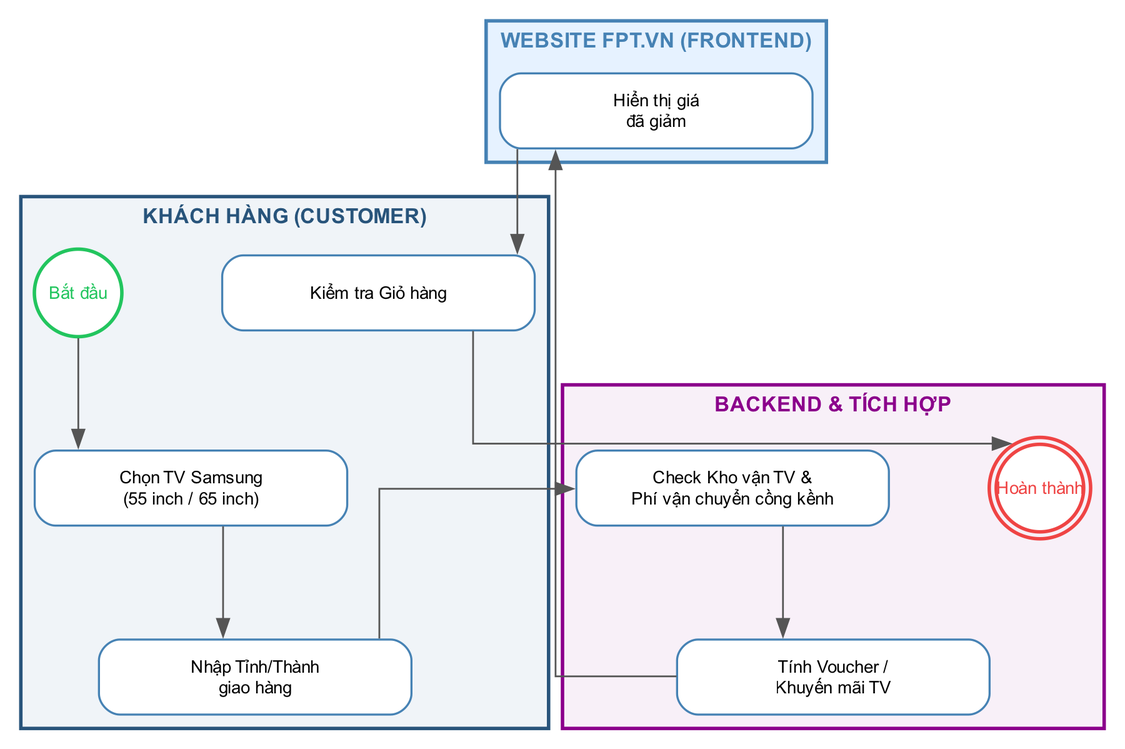
Before: diagrams/bpmn_fr05_tv.png, a diagram exported from Graphviz (hathuy2706-BA/FPT). Its source is kept beside it as diagrams/bpmn_fr05_tv.dot.
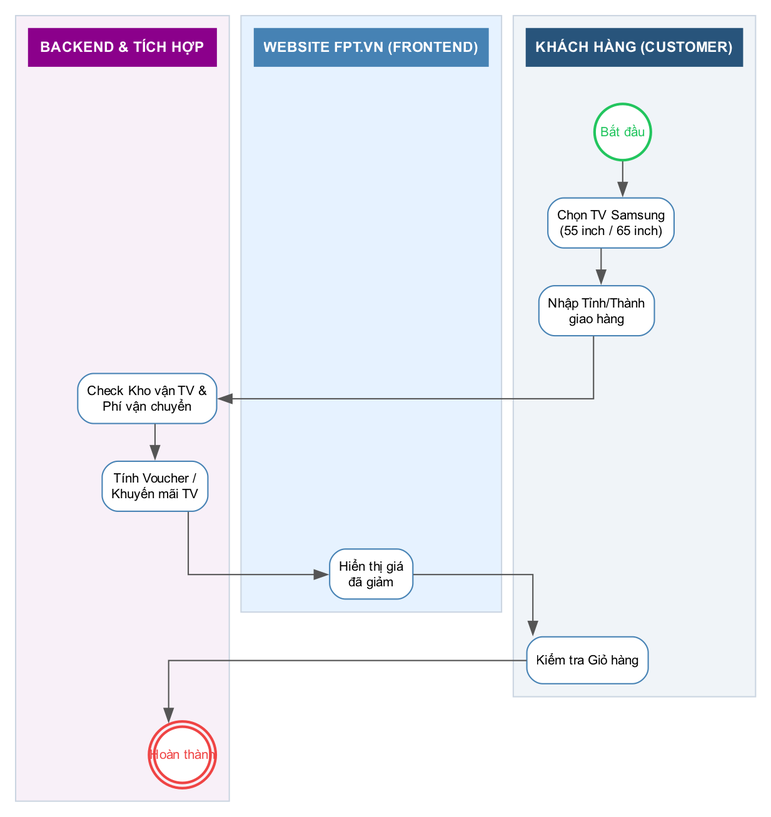
Later version of the same file.

Diff of the diagram source:
```diff
@@ -2,40 +2,39 @@
 
     rankdir=TB;
     splines=ortho;
-    nodesep=0.8;
-    ranksep=0.8;
-    node [fontname="Arial", fontsize=10, shape=box, style="rounded,filled", fillcolor="white", color="#4682B4", penwidth=1.2, width=2.5, height=0.6];
+    nodesep=0.4;
+    ranksep=0.4;
+    newrank=true;
+    compound=true;
+    fontname="Arial";
+
+    node [fontname="Arial", fontsize=10, shape=box, style="rounded,filled", fillcolor="white", color="#4682B4", penwidth=1.0, margin=0.1];
     edge [fontname="Arial", fontsize=9, color="#555555", penwidth=1.0];
 
-
     subgraph cluster_customer {
-        label="KHÁCH HÀNG (CUSTOMER)";
-        style=filled; color="#28547B"; fillcolor="#F0F4F8"; penwidth=2;
-        fontcolor="#28547B"; fontsize=12; fontname="Arial bold"; labelloc="t"; labeljust="c";
-
-        start [label="Bắt đầu", shape=circle, style="filled", fillcolor="white", color="#22C55E", fontcolor="#22C55E", penwidth=2, width=0.7, fixedsize=true];
+        style=filled; color="#CBD5E1"; fillcolor="#F0F4F8"; penwidth=1; label=""; margin=10;
+        h_cust [label="KHÁCH HÀNG (CUSTOMER)", shape=box, style="filled", fillcolor="#28547B", color="#28547B", fontcolor="white", fontsize=11, fontname="Arial bold", width=2.0, height=0.4, fixedsize=false];
+        start [label="Bắt đầu", shape=circle, style="filled", fillcolor="white", color="#22C55E", fontcolor="#22C55E", penwidth=2, width=0.6, fixedsize=true];
         select_tv [label="Chọn TV Samsung\n(55 inch / 65 inch)"];
         input_geo [label="Nhập Tỉnh/Thành\ngiao hàng"];
         view_cart [label="Kiểm tra Giỏ hàng"];
+        h_cust -> start [style=invis];
     }
-
     subgraph cluster_fe {
-        label="WEBSITE FPT.VN (FRONTEND)";
-        style=filled; color="#4682B4"; fillcolor="#E6F2FF"; penwidth=2;
-        fontcolor="#4682B4"; fontsize=12; fontname="Arial bold"; labelloc="t"; labeljust="c";
-
+        style=filled; color="#CBD5E1"; fillcolor="#E6F2FF"; penwidth=1; label=""; margin=10;
+        h_fe [label="WEBSITE FPT.VN (FRONTEND)", shape=box, style="filled", fillcolor="#4682B4", color="#4682B4", fontcolor="white", fontsize=11, fontname="Arial bold", width=2.0, height=0.4, fixedsize=false];
         display_discount [label="Hiển thị giá\nđã giảm"];
+        h_fe -> display_discount [style=invis];
     }
-
     subgraph cluster_be {
-        label="BACKEND & TÍCH HỢP";
-        style=filled; color="#8B008B"; fillcolor="#F8F0F8"; penwidth=2;
-        fontcolor="#8B008B"; fontsize=12; fontname="Arial bold"; labelloc="t"; labeljust="c";
-
-        check_logistics [label="Check Kho vận TV &\nPhí vận chuyển cồng kềnh"];
+        style=filled; color="#CBD5E1"; fillcolor="#F8F0F8"; penwidth=1; label=""; margin=10;
+        h_be [label="BACKEND & TÍCH HỢP", shape=box, style="filled", fillcolor="#8B008B", color="#8B008B", fontcolor="white", fontsize=11, fontname="Arial bold", width=2.0, height=0.4, fixedsize=false];
+        check_logistics [label="Check Kho vận TV &\nPhí vận chuyển"];
         apply_tv_discount [label="Tính Voucher /\nKhuyến mãi TV"];
-        end [label="Hoàn thành", shape=doublecircle, style="filled", fillcolor="white", color="#EF4444", fontcolor="#EF4444", penwidth=2, width=0.7, fixedsize=true];
+        end [label="Hoàn thành", shape=doublecircle, style="filled", fillcolor="white", color="#EF4444", fontcolor="#EF4444", penwidth=2, width=0.6, fixedsize=true];
+        h_be -> check_logistics [style=invis];
     }
+    { rank=same; h_cust; h_fe; h_be; }
 
     start -> select_tv -> input_geo -> check_logistics -> apply_tv_discount -> display_discount -> view_cart -> end;
 }
```
